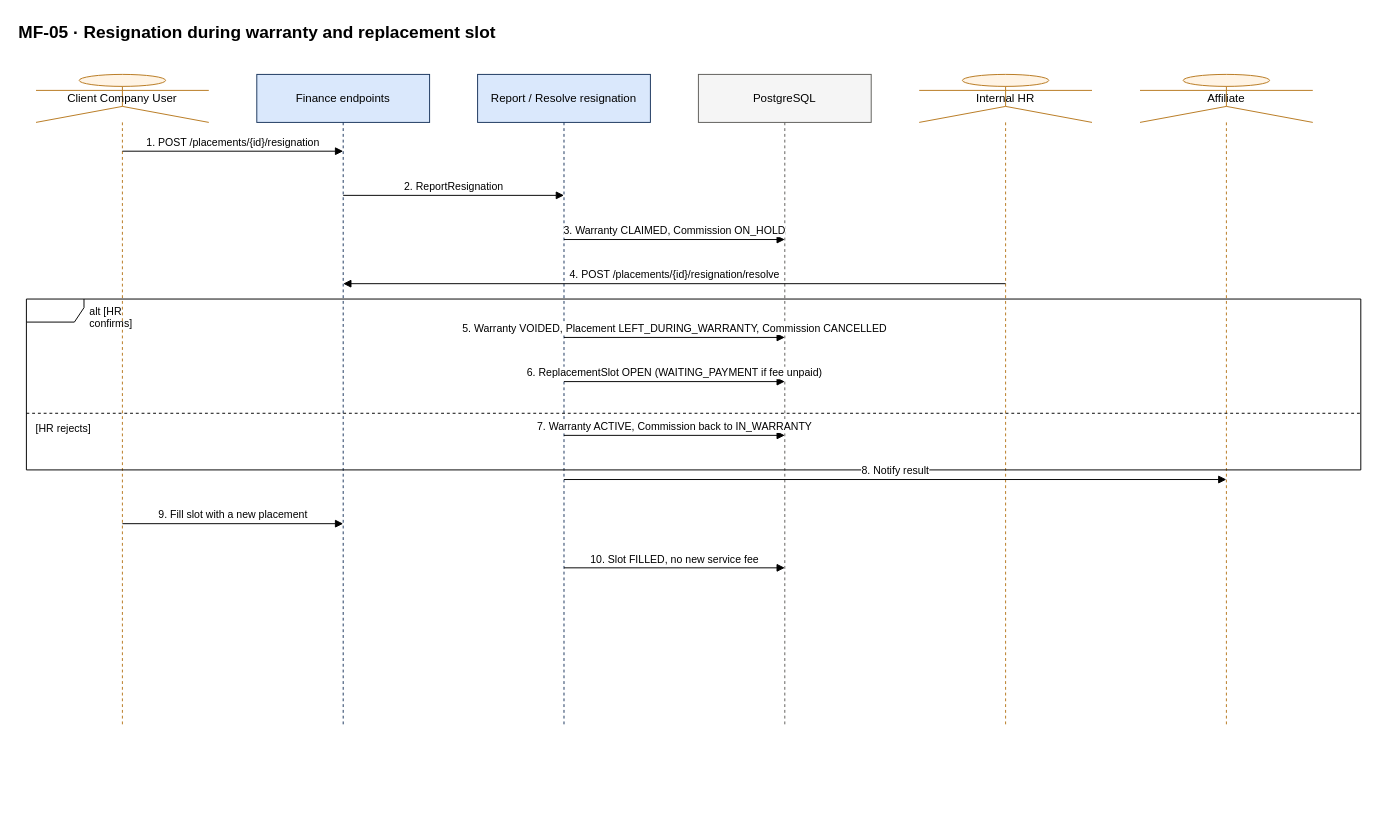
This is docs/diagrams/sequences/source/seq-mf05-resignation-replacement.drawio from hoangqui794/hr-connect, a draw.io file, before an edit. Source tidied: cells renumbered, new cells numbered last; positions are measured from the earlier drawing's top-left corner, leaving out a move shared by most shapes. Both pictures are drawn from the tidied source at 96%, with x=0, y=0 at pixel (16, 16).
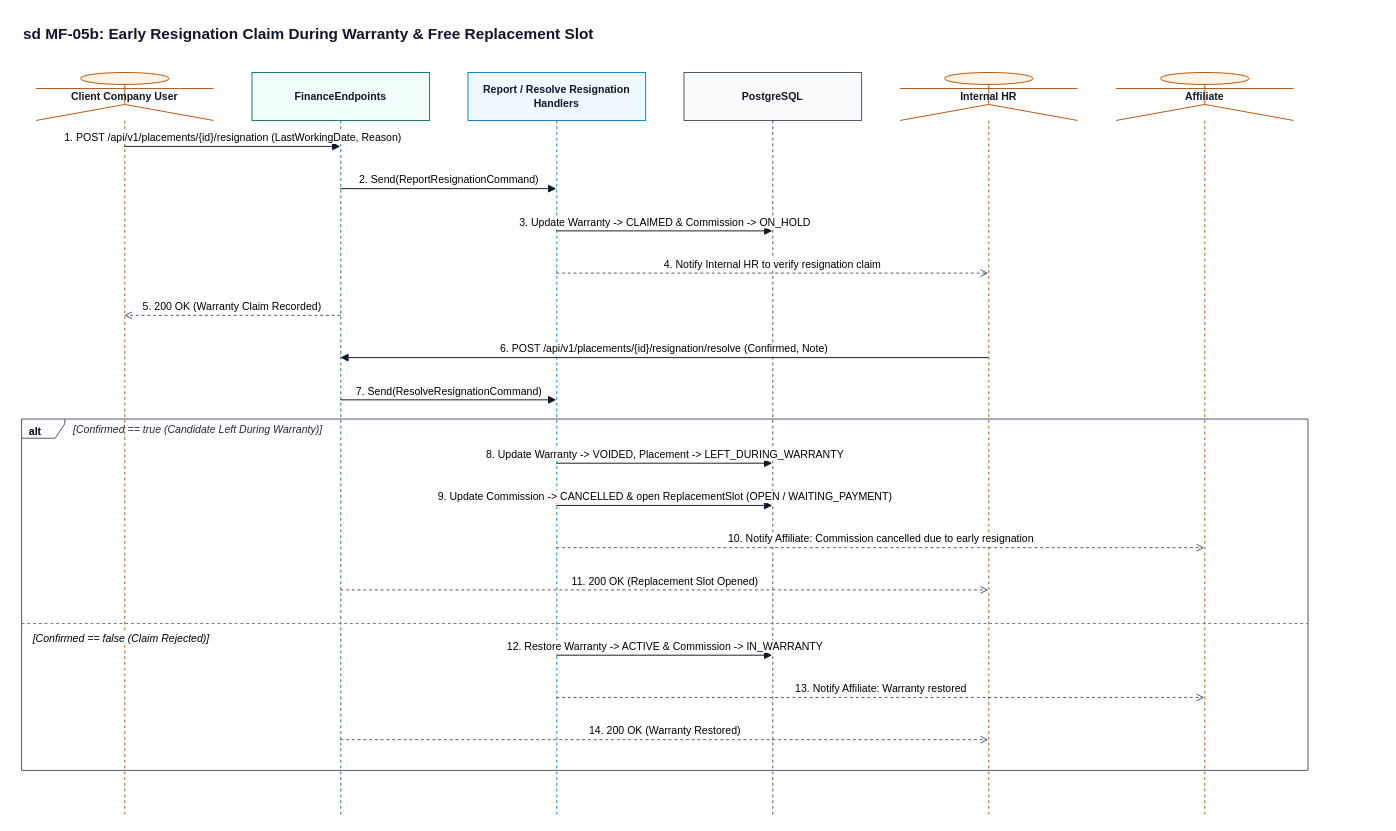
Above is the later version.

Change to the diagram source:
```diff
@@
-    <mxCell id="2" value="MF-05 · Resignation during warranty and replacement slot" style="text;html=1;fontSize=18;fontStyle=1;align=left;" parent="1" vertex="1">
-      <mxGeometry width="1420" height="30" as="geometry" />
+    <mxCell id="2" value="sd MF-05b: Early Resignation Claim During Warranty &amp; Free Replacement Slot" style="text;html=1;fontSize=16;fontStyle=1;align=left;fontFamily=Helvetica;fontColor=#0F172A;" parent="1" vertex="1">
+      <mxGeometry x="5" y="2" width="1350" height="28" as="geometry" />
     </mxCell>
-    <mxCell id="3" value="Client Company User" style="shape=umlLifeline;participant=umlActor;perimeter=lifelinePerimeter;whiteSpace=wrap;html=1;size=50;fillColor=#FFF4E5;strokeColor=#B7791F;" parent="1" vertex="1">
-      <mxGeometry x="20" y="60" width="180" height="678" as="geometry" />
+    <mxCell id="3" value="Client Company User" style="shape=umlLifeline;participant=umlActor;perimeter=lifelinePerimeter;whiteSpace=wrap;html=1;size=50;fillColor=#FFF4E5;strokeColor=#B45309;fontStyle=1;fontSize=11;fontFamily=Helvetica;fontColor=#0F172A;" parent="1" vertex="1">
+      <mxGeometry x="20" y="58" width="185" height="773" as="geometry" />
     </mxCell>
-    <mxCell id="4" value="Finance endpoints" style="shape=umlLifeline;perimeter=lifelinePerimeter;whiteSpace=wrap;html=1;size=50;fillColor=#DAE8FC;strokeColor=#1B365D;" parent="1" vertex="1">
-      <mxGeometry x="250" y="60" width="180" height="678" as="geometry" />
+    <mxCell id="4" value="FinanceEndpoints" style="shape=umlLifeline;perimeter=lifelinePerimeter;whiteSpace=wrap;html=1;size=50;fillColor=#F0FDFA;strokeColor=#0F766E;fontStyle=1;fontSize=11;fontFamily=Helvetica;fontColor=#0F172A;" parent="1" vertex="1">
+      <mxGeometry x="245" y="58" width="185" height="773" as="geometry" />
     </mxCell>
-    <mxCell id="5" value="Report / Resolve resignation" style="shape=umlLifeline;perimeter=lifelinePerimeter;whiteSpace=wrap;html=1;size=50;fillColor=#DAE8FC;strokeColor=#1B365D;" parent="1" vertex="1">
-      <mxGeometry x="480" y="60" width="180" height="678" as="geometry" />
+    <mxCell id="5" value="Report / Resolve Resignation Handlers" style="shape=umlLifeline;perimeter=lifelinePerimeter;whiteSpace=wrap;html=1;size=50;fillColor=#F0F9FF;strokeColor=#0284C7;fontStyle=1;fontSize=11;fontFamily=Helvetica;fontColor=#0F172A;" parent="1" vertex="1">
+      <mxGeometry x="470" y="58" width="185" height="773" as="geometry" />
     </mxCell>
-    <mxCell id="6" value="PostgreSQL" style="shape=umlLifeline;perimeter=lifelinePerimeter;whiteSpace=wrap;html=1;size=50;fillColor=#F5F5F5;strokeColor=#5F5E5A;" parent="1" vertex="1">
-      <mxGeometry x="710" y="60" width="180" height="678" as="geometry" />
+    <mxCell id="6" value="PostgreSQL" style="shape=umlLifeline;perimeter=lifelinePerimeter;whiteSpace=wrap;html=1;size=50;fillColor=#F8FAFC;strokeColor=#475569;fontStyle=1;fontSize=11;fontFamily=Helvetica;fontColor=#0F172A;" parent="1" vertex="1">
+      <mxGeometry x="695" y="58" width="185" height="773" as="geometry" />
     </mxCell>
-    <mxCell id="7" value="Internal HR" style="shape=umlLifeline;participant=umlActor;perimeter=lifelinePerimeter;whiteSpace=wrap;html=1;size=50;fillColor=#FFF4E5;strokeColor=#B7791F;" parent="1" vertex="1">
-      <mxGeometry x="940" y="60" width="180" height="678" as="geometry" />
+    <mxCell id="7" value="Internal HR" style="shape=umlLifeline;participant=umlActor;perimeter=lifelinePerimeter;whiteSpace=wrap;html=1;size=50;fillColor=#FFF4E5;strokeColor=#B45309;fontStyle=1;fontSize=11;fontFamily=Helvetica;fontColor=#0F172A;" parent="1" vertex="1">
+      <mxGeometry x="920" y="58" width="185" height="773" as="geometry" />
     </mxCell>
-    <mxCell id="8" value="Affiliate" style="shape=umlLifeline;participant=umlActor;perimeter=lifelinePerimeter;whiteSpace=wrap;html=1;size=50;fillColor=#FFF4E5;strokeColor=#B7791F;" parent="1" vertex="1">
-      <mxGeometry x="1170" y="60" width="180" height="678" as="geometry" />
+    <mxCell id="8" value="Affiliate" style="shape=umlLifeline;participant=umlActor;perimeter=lifelinePerimeter;whiteSpace=wrap;html=1;size=50;fillColor=#FFF4E5;strokeColor=#B45309;fontStyle=1;fontSize=11;fontFamily=Helvetica;fontColor=#0F172A;" parent="1" vertex="1">
+      <mxGeometry x="1145" y="58" width="185" height="773" as="geometry" />
     </mxCell>
-    <mxCell id="9" value="1. POST /placements/{id}/resignation" style="html=1;verticalAlign=bottom;endArrow=block;endFill=1;fontSize=11;labelBackgroundColor=#FFFFFF;" parent="1" edge="1">
-      <mxGeometry relative="1" as="geometry">
-        <mxPoint x="110" y="140" as="sourcePoint" />
-        <mxPoint x="340" y="140" as="targetPoint" />
-      </mxGeometry>
-    </mxCell>
-    <mxCell id="10" value="2. ReportResignation" style="html=1;verticalAlign=bottom;endArrow=block;endFill=1;fontSize=11;labelBackgroundColor=#FFFFFF;" parent="1" edge="1">
-      <mxGeometry relative="1" as="geometry">
-        <mxPoint x="340" y="186" as="sourcePoint" />
-        <mxPoint x="570" y="186" as="targetPoint" />
-      </mxGeometry>
-    </mxCell>
-    <mxCell id="11" value="3. Warranty CLAIMED, Commission ON_HOLD" style="html=1;verticalAlign=bottom;endArrow=block;endFill=1;fontSize=11;labelBackgroundColor=#FFFFFF;" parent="1" edge="1">
-      <mxGeometry relative="1" as="geometry">
-        <mxPoint x="570" y="232" as="sourcePoint" />
-        <mxPoint x="800" y="232" as="targetPoint" />
-      </mxGeometry>
-    </mxCell>
-    <mxCell id="12" value="4. POST /placements/{id}/resignation/resolve" style="html=1;verticalAlign=bottom;endArrow=block;endFill=1;fontSize=11;labelBackgroundColor=#FFFFFF;" parent="1" edge="1">
-      <mxGeometry relative="1" as="geometry">
-        <mxPoint x="1030" y="278" as="sourcePoint" />
-        <mxPoint x="340" y="278" as="targetPoint" />
-      </mxGeometry>
-    </mxCell>
-    <mxCell id="13" value="5. Warranty VOIDED, Placement LEFT_DURING_WARRANTY, Commission CANCELLED" style="html=1;verticalAlign=bottom;endArrow=block;endFill=1;fontSize=11;labelBackgroundColor=#FFFFFF;" parent="1" edge="1">
-      <mxGeometry relative="1" as="geometry">
-        <mxPoint x="570" y="334" as="sourcePoint" />
-        <mxPoint x="800" y="334" as="targetPoint" />
-      </mxGeometry>
-    </mxCell>
-    <mxCell id="14" value="6. ReplacementSlot OPEN (WAITING_PAYMENT if fee unpaid)" style="html=1;verticalAlign=bottom;endArrow=block;endFill=1;fontSize=11;labelBackgroundColor=#FFFFFF;" parent="1" edge="1">
-      <mxGeometry relative="1" as="geometry">
-        <mxPoint x="570" y="380" as="sourcePoint" />
-        <mxPoint x="800" y="380" as="targetPoint" />
-      </mxGeometry>
-    </mxCell>
-    <mxCell id="15" value="7. Warranty ACTIVE, Commission back to IN_WARRANTY" style="html=1;verticalAlign=bottom;endArrow=block;endFill=1;fontSize=11;labelBackgroundColor=#FFFFFF;" parent="1" edge="1">
-      <mxGeometry relative="1" as="geometry">
-        <mxPoint x="570" y="436" as="sourcePoint" />
-        <mxPoint x="800" y="436" as="targetPoint" />
-      </mxGeometry>
-    </mxCell>
-    <mxCell id="16" value="alt [HR confirms]" style="shape=umlFrame;whiteSpace=wrap;html=1;width=60;height=24;boundedLbl=1;verticalAlign=top;align=left;spacingLeft=64;fontSize=11;fillColor=none;" parent="1" vertex="1">
-      <mxGeometry x="10" y="294" width="1390" height="178" as="geometry" />
-    </mxCell>
-    <mxCell id="17" value="[HR rejects]" style="line;strokeWidth=1;dashed=1;html=1;align=left;verticalAlign=top;spacingLeft=8;labelPosition=center;fontSize=11;fillColor=none;" parent="1" vertex="1">
-      <mxGeometry x="10" y="408" width="1390" height="10" as="geometry" />
-    </mxCell>
-    <mxCell id="18" value="8. Notify result" style="html=1;verticalAlign=bottom;endArrow=block;endFill=1;fontSize=11;labelBackgroundColor=#FFFFFF;" parent="1" edge="1">
-      <mxGeometry relative="1" as="geometry">
-        <mxPoint x="570" y="482" as="sourcePoint" />
-        <mxPoint x="1260" y="482" as="targetPoint" />
-      </mxGeometry>
-    </mxCell>
-    <mxCell id="19" value="9. Fill slot with a new placement" style="html=1;verticalAlign=bottom;endArrow=block;endFill=1;fontSize=11;labelBackgroundColor=#FFFFFF;" parent="1" edge="1">
-      <mxGeometry relative="1" as="geometry">
-        <mxPoint x="110" y="528" as="sourcePoint" />
-        <mxPoint x="340" y="528" as="targetPoint" />
-      </mxGeometry>
-    </mxCell>
-    <mxCell id="20" value="10. Slot FILLED, no new service fee" style="html=1;verticalAlign=bottom;endArrow=block;endFill=1;fontSize=11;labelBackgroundColor=#FFFFFF;" parent="1" edge="1">
-      <mxGeometry relative="1" as="geometry">
-        <mxPoint x="570" y="574" as="sourcePoint" />
-        <mxPoint x="800" y="574" as="targetPoint" />
-      </mxGeometry>
-    </mxCell>
+    <mxCell id="21" value="alt" style="shape=umlFrame;whiteSpace=wrap;html=1;width=45;height=20;boundedLbl=1;verticalAlign=top;align=left;spacingLeft=6;fontStyle=1;fontSize=11;fontFamily=Helvetica;fillColor=none;strokeColor=#475569;" parent="1" vertex="1">
+      <mxGeometry x="5" y="419" width="1340" height="366" as="geometry" />
+    </mxCell>
+    <mxCell id="22" value="[Confirmed == true (Candidate Left During Warranty)]" style="text;html=1;align=left;verticalAlign=middle;fontStyle=2;fontSize=11;fontFamily=Helvetica;fontColor=#1E293B;" parent="1" vertex="1">
+      <mxGeometry x="57" y="420" width="450" height="20" as="geometry" />
+    </mxCell>
+    <mxCell id="23" value="[Confirmed == false (Claim Rejected)]" style="line;strokeWidth=1;dashed=1;html=1;align=left;verticalAlign=top;spacingLeft=10;labelPosition=center;fontStyle=2;fontSize=11;fontFamily=Helvetica;fillColor=none;strokeColor=#64748B;labelBackgroundColor=#FFFFFF;" parent="1" vertex="1">
+      <mxGeometry x="5" y="627" width="1340" height="10" as="geometry" />
+    </mxCell>
+    <mxCell id="24" value="1. POST /api/v1/placements/{id}/resignation (LastWorkingDate, Reason)" style="html=1;verticalAlign=bottom;endArrow=block;endFill=1;strokeColor=#0F172A;fontSize=11;fontFamily=Helvetica;labelBackgroundColor=#FFFFFF;" parent="1" edge="1">
+      <mxGeometry relative="1" as="geometry">
+        <mxPoint x="112" y="135" as="sourcePoint" />
+        <mxPoint x="337" y="135" as="targetPoint" />
+      </mxGeometry>
+    </mxCell>
+    <mxCell id="25" value="2. Send(ReportResignationCommand)" style="html=1;verticalAlign=bottom;endArrow=block;endFill=1;strokeColor=#0F172A;fontSize=11;fontFamily=Helvetica;labelBackgroundColor=#FFFFFF;" parent="1" edge="1">
+      <mxGeometry relative="1" as="geometry">
+        <mxPoint x="337" y="179" as="sourcePoint" />
+        <mxPoint x="562" y="179" as="targetPoint" />
+      </mxGeometry>
+    </mxCell>
+    <mxCell id="26" value="3. Update Warranty -&gt; CLAIMED &amp; Commission -&gt; ON_HOLD" style="html=1;verticalAlign=bottom;endArrow=block;endFill=1;strokeColor=#0F172A;fontSize=11;fontFamily=Helvetica;labelBackgroundColor=#FFFFFF;" parent="1" edge="1">
+      <mxGeometry relative="1" as="geometry">
+        <mxPoint x="562" y="223" as="sourcePoint" />
+        <mxPoint x="787" y="223" as="targetPoint" />
+      </mxGeometry>
+    </mxCell>
+    <mxCell id="27" value="4. Notify Internal HR to verify resignation claim" style="html=1;verticalAlign=bottom;dashed=1;endArrow=open;endFill=0;strokeColor=#475569;fontSize=11;fontFamily=Helvetica;labelBackgroundColor=#FFFFFF;" parent="1" edge="1">
+      <mxGeometry relative="1" as="geometry">
+        <mxPoint x="562" y="267" as="sourcePoint" />
+        <mxPoint x="1012" y="267" as="targetPoint" />
+      </mxGeometry>
+    </mxCell>
+    <mxCell id="28" value="5. 200 OK (Warranty Claim Recorded)" style="html=1;verticalAlign=bottom;dashed=1;endArrow=open;endFill=0;strokeColor=#475569;fontSize=11;fontFamily=Helvetica;labelBackgroundColor=#FFFFFF;" parent="1" edge="1">
+      <mxGeometry relative="1" as="geometry">
+        <mxPoint x="337" y="311" as="sourcePoint" />
+        <mxPoint x="112" y="311" as="targetPoint" />
+      </mxGeometry>
+    </mxCell>
+    <mxCell id="29" value="6. POST /api/v1/placements/{id}/resignation/resolve (Confirmed, Note)" style="html=1;verticalAlign=bottom;endArrow=block;endFill=1;strokeColor=#0F172A;fontSize=11;fontFamily=Helvetica;labelBackgroundColor=#FFFFFF;" parent="1" edge="1">
+      <mxGeometry relative="1" as="geometry">
+        <mxPoint x="1012" y="355" as="sourcePoint" />
+        <mxPoint x="337" y="355" as="targetPoint" />
+      </mxGeometry>
+    </mxCell>
+    <mxCell id="30" value="7. Send(ResolveResignationCommand)" style="html=1;verticalAlign=bottom;endArrow=block;endFill=1;strokeColor=#0F172A;fontSize=11;fontFamily=Helvetica;labelBackgroundColor=#FFFFFF;" parent="1" edge="1">
+      <mxGeometry relative="1" as="geometry">
+        <mxPoint x="337" y="399" as="sourcePoint" />
+        <mxPoint x="562" y="399" as="targetPoint" />
+      </mxGeometry>
+    </mxCell>
+    <mxCell id="31" value="8. Update Warranty -&gt; VOIDED, Placement -&gt; LEFT_DURING_WARRANTY" style="html=1;verticalAlign=bottom;endArrow=block;endFill=1;strokeColor=#0F172A;fontSize=11;fontFamily=Helvetica;labelBackgroundColor=#FFFFFF;" parent="1" edge="1">
+      <mxGeometry relative="1" as="geometry">
+        <mxPoint x="562" y="465" as="sourcePoint" />
+        <mxPoint x="787" y="465" as="targetPoint" />
+      </mxGeometry>
+    </mxCell>
+    <mxCell id="32" value="9. Update Commission -&gt; CANCELLED &amp; open ReplacementSlot (OPEN / WAITING_PAYMENT)" style="html=1;verticalAlign=bottom;endArrow=block;endFill=1;strokeColor=#0F172A;fontSize=11;fontFamily=Helvetica;labelBackgroundColor=#FFFFFF;" parent="1" edge="1">
+      <mxGeometry relative="1" as="geometry">
+        <mxPoint x="562" y="509" as="sourcePoint" />
+        <mxPoint x="787" y="509" as="targetPoint" />
+      </mxGeometry>
+    </mxCell>
+    <mxCell id="33" value="10. Notify Affiliate: Commission cancelled due to early resignation" style="html=1;verticalAlign=bottom;dashed=1;endArrow=open;endFill=0;strokeColor=#475569;fontSize=11;fontFamily=Helvetica;labelBackgroundColor=#FFFFFF;" parent="1" edge="1">
+      <mxGeometry relative="1" as="geometry">
+        <mxPoint x="562" y="553" as="sourcePoint" />
+        <mxPoint x="1237" y="553" as="targetPoint" />
+      </mxGeometry>
+    </mxCell>
+    <mxCell id="34" value="11. 200 OK (Replacement Slot Opened)" style="html=1;verticalAlign=bottom;dashed=1;endArrow=open;endFill=0;strokeColor=#475569;fontSize=11;fontFamily=Helvetica;labelBackgroundColor=#FFFFFF;" parent="1" edge="1">
+      <mxGeometry relative="1" as="geometry">
+        <mxPoint x="337" y="597" as="sourcePoint" />
+        <mxPoint x="1012" y="597" as="targetPoint" />
+      </mxGeometry>
+    </mxCell>
+    <mxCell id="35" value="12. Restore Warranty -&gt; ACTIVE &amp; Commission -&gt; IN_WARRANTY" style="html=1;verticalAlign=bottom;endArrow=block;endFill=1;strokeColor=#0F172A;fontSize=11;fontFamily=Helvetica;labelBackgroundColor=#FFFFFF;" parent="1" edge="1">
+      <mxGeometry relative="1" as="geometry">
+        <mxPoint x="562" y="665" as="sourcePoint" />
+        <mxPoint x="787" y="665" as="targetPoint" />
+      </mxGeometry>
+    </mxCell>
+    <mxCell id="36" value="13. Notify Affiliate: Warranty restored" style="html=1;verticalAlign=bottom;dashed=1;endArrow=open;endFill=0;strokeColor=#475569;fontSize=11;fontFamily=Helvetica;labelBackgroundColor=#FFFFFF;" parent="1" edge="1">
+      <mxGeometry relative="1" as="geometry">
+        <mxPoint x="562" y="709" as="sourcePoint" />
+        <mxPoint x="1237" y="709" as="targetPoint" />
+      </mxGeometry>
+    </mxCell>
+    <mxCell id="37" value="14. 200 OK (Warranty Restored)" style="html=1;verticalAlign=bottom;dashed=1;endArrow=open;endFill=0;strokeColor=#475569;fontSize=11;fontFamily=Helvetica;labelBackgroundColor=#FFFFFF;" parent="1" edge="1">
+      <mxGeometry relative="1" as="geometry">
+        <mxPoint x="337" y="753" as="sourcePoint" />
+        <mxPoint x="1012" y="753" as="targetPoint" />
+      </mxGeometry>
+    </mxCell>
```
